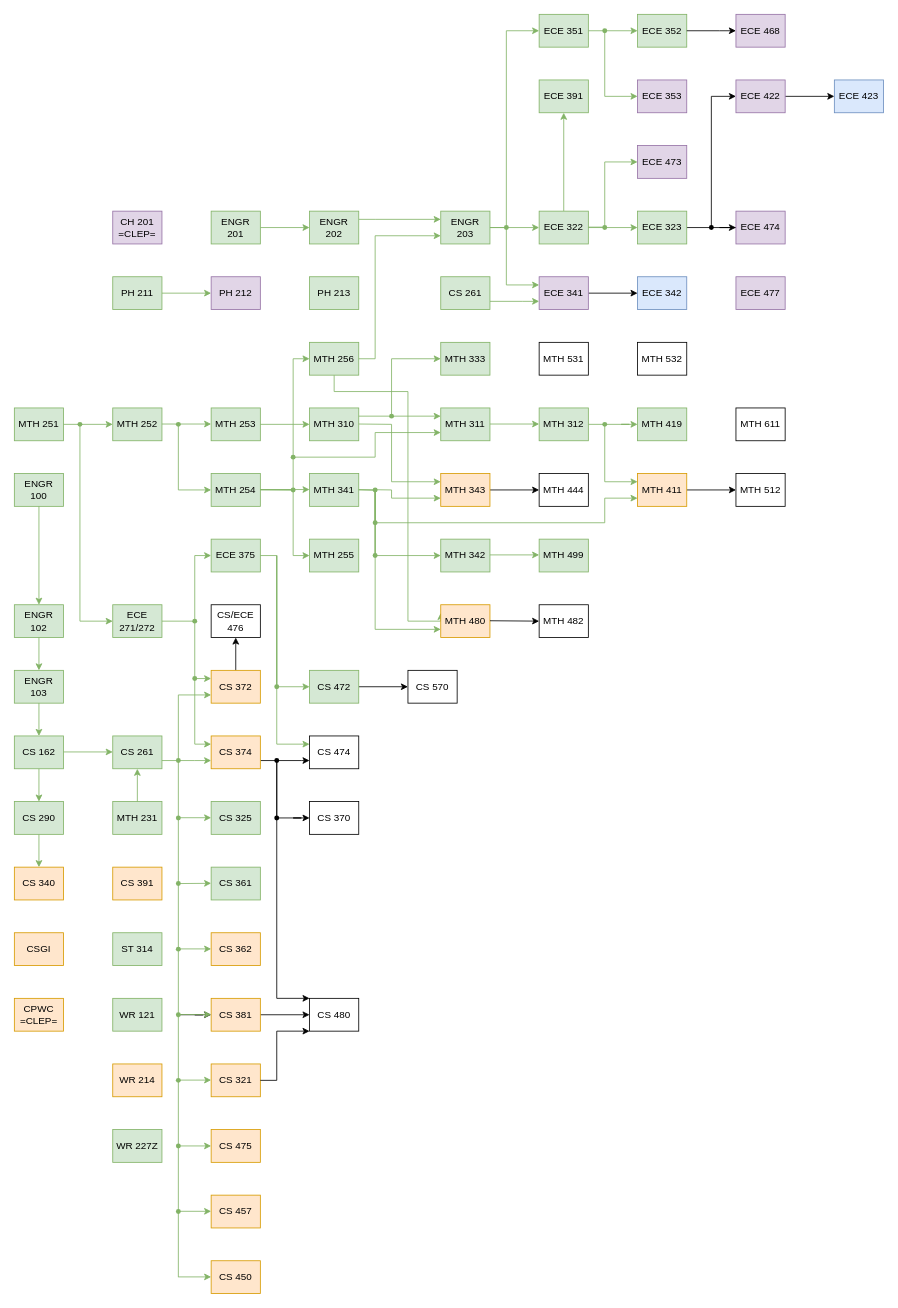
Jonas-Carew/Class-Flowchart keeps this draw.io diagram as Classes.drawio. Above is the earlier version. Source tidied: cells renumbered, new cells numbered last; positions are measured from the earlier drawing's top-left corner, leaving out a move shared by most shapes. Both pictures are drawn from the tidied source at 82%, with x=0, y=0 at pixel (14, 14).
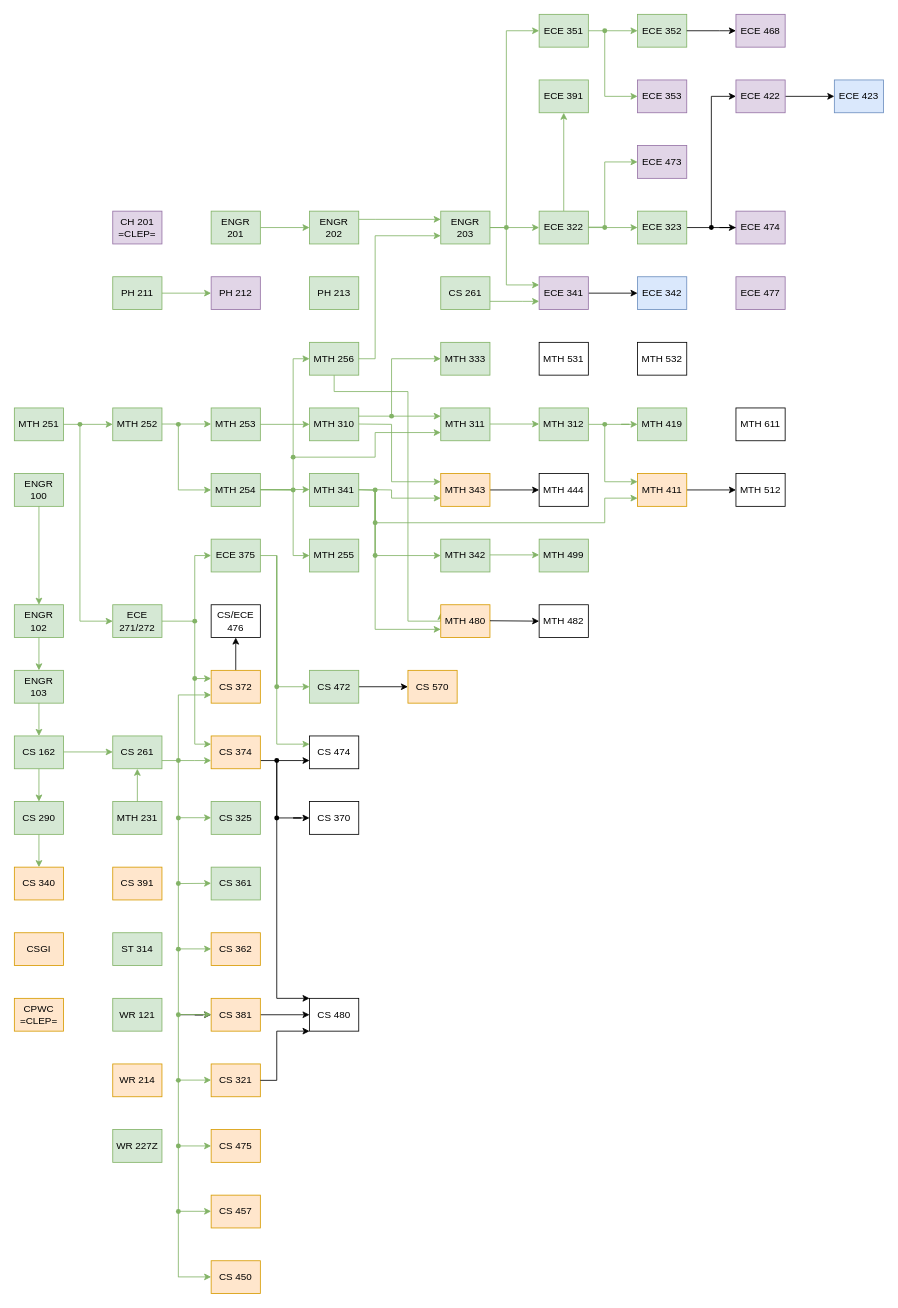
The same diagram, later.

Diff of the diagram source:
```diff
@@
-    <mxCell id="176" value="CS 570" style="whiteSpace=wrap;html=1;rounded=0;" parent="1" vertex="1">
+    <mxCell id="176" value="CS 570" style="whiteSpace=wrap;html=1;rounded=0;fillColor=#ffe6cc;strokeColor=#d79b00;" parent="1" vertex="1">
       <mxGeometry x="480" y="800" width="60" height="40" as="geometry" />
     </mxCell>
```
